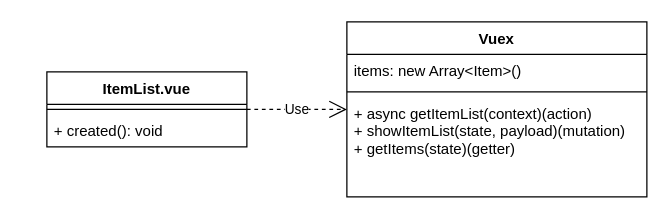
rikoysd/ec-202201a-2 keeps this draw.io diagram as documents/クラス図.drawio. Above is the earlier version. Source tidied: cells renumbered, new cells numbered last; positions are measured from the earlier drawing's top-left corner, leaving out a move shared by most shapes. Both pictures are drawn from the tidied source at 125%, with x=0, y=0 at pixel (46, 21).
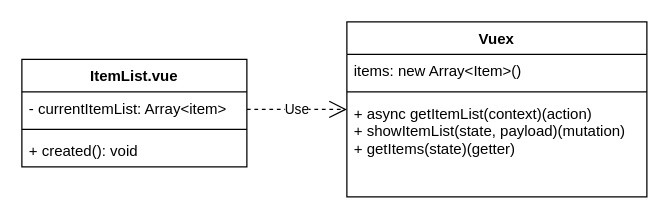
The same diagram, later.

Commit message:
クラス図修正

The edit, as a diff of the source:
```diff
@@
 <mxGraphModel>
   <root>
     <mxCell id="0" />
     <mxCell id="1" parent="0" />
-    <mxCell id="2" value="ItemList.vue" style="swimlane;fontStyle=1;align=center;verticalAlign=top;horizontal=1;startSize=26;" parent="1" vertex="1">
-      <mxGeometry y="40" width="160" height="60" as="geometry" />
-    </mxCell>
-    <mxCell id="3" style="line;strokeWidth=1;fillColor=none;align=left;verticalAlign=middle;spacingTop=-1;spacingLeft=3;spacingRight=3;labelPosition=right;" parent="2" vertex="1">
-      <mxGeometry y="26" width="160" height="8" as="geometry" />
-    </mxCell>
-    <mxCell id="4" value="+ created(): void" style="text;strokeColor=none;fillColor=none;align=left;verticalAlign=top;spacingLeft=4;spacingRight=4;overflow=hidden;" parent="2" vertex="1">
-      <mxGeometry y="34" width="160" height="26" as="geometry" />
-    </mxCell>
     <mxCell id="5" value="Vuex" style="swimlane;fontStyle=1;align=center;verticalAlign=top;horizontal=1;startSize=26;" parent="1" vertex="1">
       <mxGeometry x="240" width="240" height="140" as="geometry" />
     </mxCell>
     <mxCell id="6" value="items: new Array&lt;Item&gt;()" style="text;strokeColor=none;fillColor=none;align=left;verticalAlign=top;spacingLeft=4;spacingRight=4;overflow=hidden;" parent="5" vertex="1">
       <mxGeometry y="26" width="240" height="26" as="geometry" />
     </mxCell>
     <mxCell id="7" style="line;strokeWidth=1;fillColor=none;align=left;verticalAlign=middle;spacingTop=-1;spacingLeft=3;spacingRight=3;labelPosition=right;" parent="5" vertex="1">
       <mxGeometry y="52" width="240" height="8" as="geometry" />
     </mxCell>
     <mxCell id="8" value="+ async getItemList(context)(action)&#10;+ showItemList(state, payload)(mutation)&#10;+ getItems(state)(getter)" style="text;strokeColor=none;fillColor=none;align=left;verticalAlign=top;spacingLeft=4;spacingRight=4;overflow=hidden;" parent="5" vertex="1">
       <mxGeometry y="60" width="240" height="80" as="geometry" />
     </mxCell>
     <mxCell id="9" value="Use" style="endArrow=open;endSize=12;dashed=1;html=1;" parent="1" edge="1">
       <mxGeometry relative="1" as="geometry">
         <mxPoint x="160" y="70" as="sourcePoint" />
         <mxPoint x="240" y="70" as="targetPoint" />
       </mxGeometry>
     </mxCell>
+    <mxCell id="2" value="ItemList.vue" style="swimlane;fontStyle=1;align=center;verticalAlign=top;horizontal=1;startSize=26;" parent="1" vertex="1">
+      <mxGeometry x="-20" y="30" width="180" height="86" as="geometry" />
+    </mxCell>
+    <mxCell id="10" value="- currentItemList: Array&lt;item&gt;" style="text;strokeColor=none;fillColor=none;align=left;verticalAlign=top;spacingLeft=4;spacingRight=4;overflow=hidden;" parent="2" vertex="1">
+      <mxGeometry y="26" width="180" height="26" as="geometry" />
+    </mxCell>
+    <mxCell id="11" style="line;strokeWidth=1;fillColor=none;align=left;verticalAlign=middle;spacingTop=-1;spacingLeft=3;spacingRight=3;labelPosition=right;" parent="2" vertex="1">
+      <mxGeometry y="52" width="180" height="8" as="geometry" />
+    </mxCell>
+    <mxCell id="4" value="+ created(): void" style="text;strokeColor=none;fillColor=none;align=left;verticalAlign=top;spacingLeft=4;spacingRight=4;overflow=hidden;" parent="2" vertex="1">
+      <mxGeometry y="60" width="180" height="26" as="geometry" />
+    </mxCell>
   </root>
 </mxGraphModel>
```
